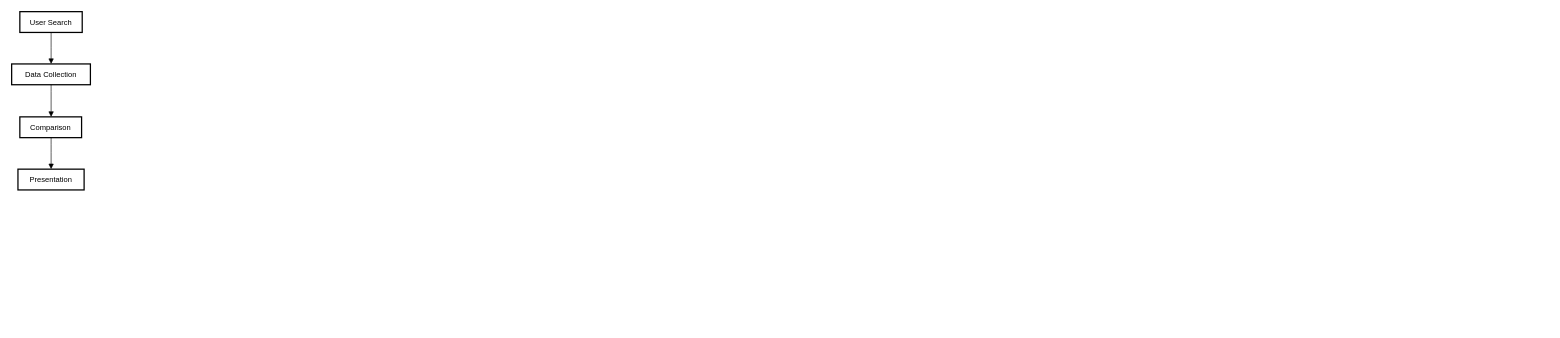
Earlier version of the draw.io diagram AS-IS Workflow Diagram.drawio (rmatarazzo/OTrules). Source tidied: cells renumbered, new cells numbered last; positions are measured from the earlier drawing's top-left corner, leaving out a move shared by most shapes. Both pictures are drawn from the tidied source at 63%, with x=0, y=0 at pixel (11, 11).
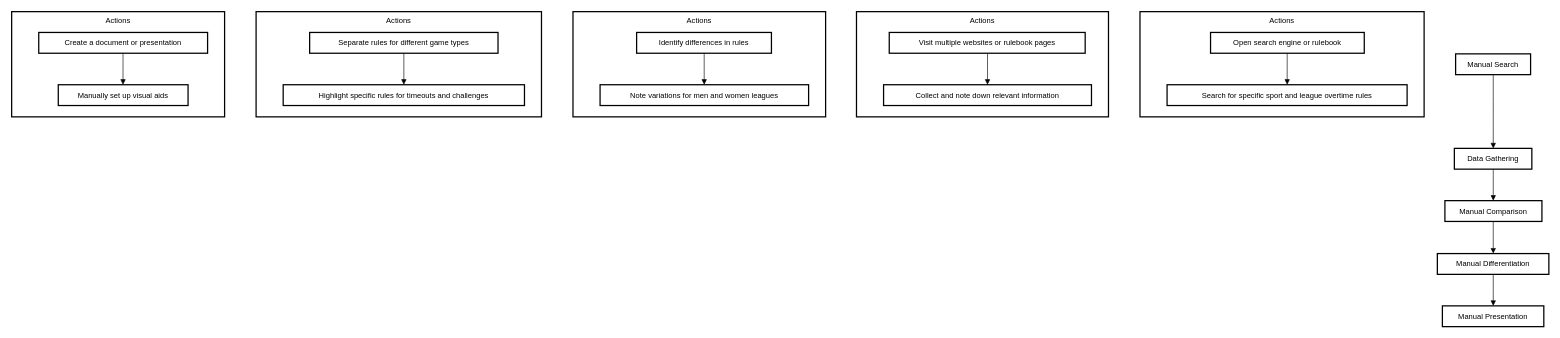
Above is the later version.

Commit message:
edit to workflow charts

Change to the diagram source:
```diff
@@
-    <mxCell id="2" value="User Search" style="whiteSpace=wrap;strokeWidth=2;" parent="1" vertex="1">
-      <mxGeometry x="13" width="99" height="33" as="geometry" />
-    </mxCell>
-    <mxCell id="3" value="Data Collection" style="whiteSpace=wrap;strokeWidth=2;" parent="1" vertex="1">
-      <mxGeometry y="83" width="125" height="33" as="geometry" />
-    </mxCell>
-    <mxCell id="4" value="Comparison" style="whiteSpace=wrap;strokeWidth=2;" parent="1" vertex="1">
-      <mxGeometry x="13" y="167" width="98" height="33" as="geometry" />
-    </mxCell>
-    <mxCell id="5" value="Presentation" style="whiteSpace=wrap;strokeWidth=2;" parent="1" vertex="1">
-      <mxGeometry x="10" y="250" width="105" height="33" as="geometry" />
-    </mxCell>
-    <mxCell id="6" style="curved=1;startArrow=none;endArrow=block;exitX=0.501388896595348;exitY=1.0121212583599668;entryX=0.5011000061035156;entryY=0.012121258359966856;rounded=0;" parent="1" edge="1" source="2" target="3">
-      <mxGeometry relative="1" as="geometry" />
-    </mxCell>
-    <mxCell id="7" style="curved=1;startArrow=none;endArrow=block;exitX=0.5011000061035156;exitY=1.0242425167199336;entryX=0.5065051098259128;entryY=-0.006060513583096591;rounded=0;" parent="1" edge="1" source="3" target="4">
-      <mxGeometry relative="1" as="geometry" />
-    </mxCell>
-    <mxCell id="8" style="curved=1;startArrow=none;endArrow=block;exitX=0.5065051098259128;exitY=1.0060607447768704;entryX=0.5013095310756138;entryY=0.006060744776870265;rounded=0;" parent="1" edge="1" source="4" target="5">
-      <mxGeometry relative="1" as="geometry" />
-    </mxCell>
+    <mxCell id="9" value="Actions" style="whiteSpace=wrap;strokeWidth=2;verticalAlign=top;" parent="1" vertex="1">
+      <mxGeometry width="338" height="167" as="geometry" />
+    </mxCell>
+    <mxCell id="10" value="Manually set up visual aids" style="whiteSpace=wrap;strokeWidth=2;" parent="9" vertex="1">
+      <mxGeometry x="74" y="116" width="206" height="33" as="geometry" />
+    </mxCell>
+    <mxCell id="11" value="Create a document or presentation" style="whiteSpace=wrap;strokeWidth=2;" parent="9" vertex="1">
+      <mxGeometry x="43" y="33" width="268" height="33" as="geometry" />
+    </mxCell>
+    <mxCell id="12" style="curved=1;startArrow=none;endArrow=block;exitX=0.4991371382528277;exitY=1.0121212583599668;entryX=0.49887744199882433;entryY=0.012121258359966856;rounded=0;" parent="9" edge="1" source="11" target="10">
+      <mxGeometry relative="1" as="geometry" />
+    </mxCell>
+    <mxCell id="13" value="Actions" style="whiteSpace=wrap;strokeWidth=2;verticalAlign=top;" parent="1" vertex="1">
+      <mxGeometry x="388" width="453" height="167" as="geometry" />
+    </mxCell>
+    <mxCell id="14" value="Highlight specific rules for timeouts and challenges" style="whiteSpace=wrap;strokeWidth=2;" parent="13" vertex="1">
+      <mxGeometry x="43" y="116" width="383" height="33" as="geometry" />
+    </mxCell>
+    <mxCell id="15" value="Separate rules for different game types" style="whiteSpace=wrap;strokeWidth=2;" parent="13" vertex="1">
+      <mxGeometry x="85" y="33" width="299" height="33" as="geometry" />
+    </mxCell>
+    <mxCell id="16" style="curved=1;startArrow=none;endArrow=block;exitX=0.5001045150501672;exitY=1.0121212583599668;entryX=0.5000815926892951;entryY=0.012121258359966856;rounded=0;" parent="13" edge="1" source="15" target="14">
+      <mxGeometry relative="1" as="geometry" />
+    </mxCell>
+    <mxCell id="17" value="Actions" style="whiteSpace=wrap;strokeWidth=2;verticalAlign=top;" parent="1" vertex="1">
+      <mxGeometry x="891" width="401" height="167" as="geometry" />
+    </mxCell>
+    <mxCell id="18" value="Note variations for men and women leagues" style="whiteSpace=wrap;strokeWidth=2;" parent="17" vertex="1">
+      <mxGeometry x="43" y="116" width="331" height="33" as="geometry" />
+    </mxCell>
+    <mxCell id="19" value="Identify differences in rules" style="whiteSpace=wrap;strokeWidth=2;" parent="17" vertex="1">
+      <mxGeometry x="101" y="33" width="214" height="33" as="geometry" />
+    </mxCell>
+    <mxCell id="20" style="curved=1;startArrow=none;endArrow=block;exitX=0.5012558553820459;exitY=1.0121212583599668;entryX=0.49930136873642844;entryY=0.012121258359966856;rounded=0;" parent="17" edge="1" source="19" target="18">
+      <mxGeometry relative="1" as="geometry" />
+    </mxCell>
+    <mxCell id="21" value="Actions" style="whiteSpace=wrap;strokeWidth=2;verticalAlign=top;" parent="1" vertex="1">
+      <mxGeometry x="1341" width="400" height="167" as="geometry" />
+    </mxCell>
+    <mxCell id="22" value="Collect and note down relevant information" style="whiteSpace=wrap;strokeWidth=2;" parent="21" vertex="1">
+      <mxGeometry x="43" y="116" width="330" height="33" as="geometry" />
+    </mxCell>
+    <mxCell id="23" value="Visit multiple websites or rulebook pages" style="whiteSpace=wrap;strokeWidth=2;" parent="21" vertex="1">
+      <mxGeometry x="52" y="33" width="311" height="33" as="geometry" />
+    </mxCell>
+    <mxCell id="24" style="curved=1;startArrow=none;endArrow=block;exitX=0.501547417840007;exitY=1.0121212583599668;entryX=0.49994317257043086;entryY=0.012121258359966856;rounded=0;" parent="21" edge="1" source="23" target="22">
+      <mxGeometry relative="1" as="geometry" />
+    </mxCell>
+    <mxCell id="25" value="Actions" style="whiteSpace=wrap;strokeWidth=2;verticalAlign=top;" parent="1" vertex="1">
+      <mxGeometry x="1791" width="451" height="167" as="geometry" />
+    </mxCell>
+    <mxCell id="26" value="Search for specific sport and league overtime rules" style="whiteSpace=wrap;strokeWidth=2;" parent="25" vertex="1">
+      <mxGeometry x="43" y="116" width="381" height="33" as="geometry" />
+    </mxCell>
+    <mxCell id="27" value="Open search engine or rulebook" style="whiteSpace=wrap;strokeWidth=2;" parent="25" vertex="1">
+      <mxGeometry x="112" y="33" width="244" height="33" as="geometry" />
+    </mxCell>
+    <mxCell id="28" style="curved=1;startArrow=none;endArrow=block;exitX=0.49856561129210425;exitY=1.0121212583599668;entryX=0.5003937248169906;entryY=0.012121258359966856;rounded=0;" parent="25" edge="1" source="27" target="26">
+      <mxGeometry relative="1" as="geometry" />
+    </mxCell>
+    <mxCell id="29" value="Manual Search" style="whiteSpace=wrap;strokeWidth=2;" parent="1" vertex="1">
+      <mxGeometry x="2292" y="67" width="119" height="33" as="geometry" />
+    </mxCell>
+    <mxCell id="30" value="Data Gathering" style="whiteSpace=wrap;strokeWidth=2;" parent="1" vertex="1">
+      <mxGeometry x="2290" y="217" width="123" height="33" as="geometry" />
+    </mxCell>
+    <mxCell id="31" value="Manual Comparison" style="whiteSpace=wrap;strokeWidth=2;" parent="1" vertex="1">
+      <mxGeometry x="2275" y="300" width="154" height="33" as="geometry" />
+    </mxCell>
+    <mxCell id="32" value="Manual Differentiation" style="whiteSpace=wrap;strokeWidth=2;" parent="1" vertex="1">
+      <mxGeometry x="2263" y="384" width="177" height="33" as="geometry" />
+    </mxCell>
+    <mxCell id="33" value="Manual Presentation" style="whiteSpace=wrap;strokeWidth=2;" parent="1" vertex="1">
+      <mxGeometry x="2271" y="467" width="161" height="33" as="geometry" />
+    </mxCell>
+    <mxCell id="34" style="curved=1;startArrow=none;endArrow=block;exitX=0.5021007762235754;exitY=1.003030372388435;entryX=0.5020324582976055;entryY=-0.006060513583096591;rounded=0;" parent="1" edge="1" source="29" target="30">
+      <mxGeometry relative="1" as="geometry" />
+    </mxCell>
+    <mxCell id="35" style="curved=1;startArrow=none;endArrow=block;exitX=0.5020324582976055;exitY=1.0060607447768704;entryX=0.4983765738351004;entryY=0.006060744776870265;rounded=0;" parent="1" edge="1" source="30" target="31">
+      <mxGeometry relative="1" as="geometry" />
+    </mxCell>
+    <mxCell id="36" style="curved=1;startArrow=none;endArrow=block;exitX=0.4983765738351004;exitY=1.0181820031368372;entryX=0.5014123862746072;entryY=-0.012121027166193182;rounded=0;" parent="1" edge="1" source="31" target="32">
+      <mxGeometry relative="1" as="geometry" />
+    </mxCell>
+    <mxCell id="37" style="curved=1;startArrow=none;endArrow=block;exitX=0.5014123862746072;exitY=1.0000002311937737;entryX=0.5015527476435122;entryY=2.3119377367424243e-7;rounded=0;" parent="1" edge="1" source="32" target="33">
+      <mxGeometry relative="1" as="geometry" />
+    </mxCell>
```
